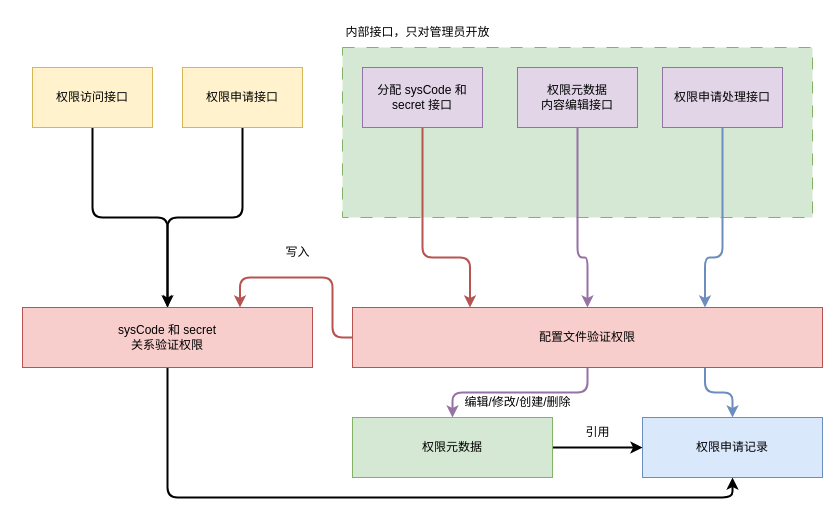
The draw.io diagram page "第 3 页" (3 of 4) of 未命名绘图.drawio in anriclee/diagramStorage, before the edit. Source tidied: cells renumbered, new cells numbered last; positions are measured from the earlier drawing's top-left corner, leaving out a move shared by most shapes. Both pictures are drawn from the tidied source at 100%, with x=0, y=0 at pixel (22, 17).
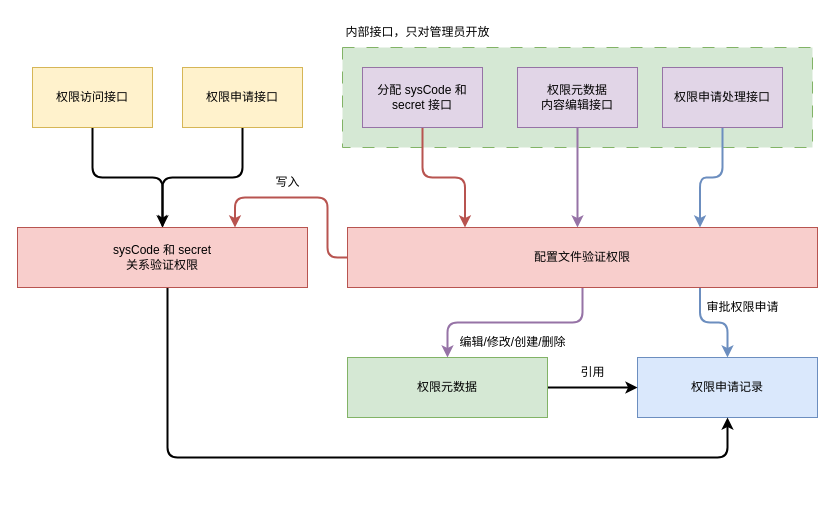
Above is the later version.

Commit message:
更新未命名绘图.drawio

Unchanged cells that the change refers to:
```xml
<mxCell id="6" value="分配 sysCode 和 secret 接口" style="rounded=0;whiteSpace=wrap;html=1;fillColor=#e1d5e7;strokeColor=#9673a6;" parent="1" vertex="1">
  <mxGeometry x="340" y="50" width="120" height="60" as="geometry" />
</mxCell>
<mxCell id="24" value="权限申请处理接口" style="rounded=0;whiteSpace=wrap;html=1;fillColor=#e1d5e7;strokeColor=#9673a6;" parent="1" vertex="1">
  <mxGeometry x="640" y="50" width="120" height="60" as="geometry" />
</mxCell>
```

The edit, as a diff of the source:
```diff
@@
     <mxCell id="2" style="rounded=0;whiteSpace=wrap;html=1;dashed=1;dashPattern=12 12;fillColor=#d5e8d4;strokeColor=#82b366;" parent="1" vertex="1">
-      <mxGeometry x="320" y="30" width="470" height="170" as="geometry" />
+      <mxGeometry x="320" y="30" width="470" height="100" as="geometry" />
     </mxCell>
@@
     <mxCell id="5" style="edgeStyle=orthogonalEdgeStyle;rounded=1;jettySize=auto;html=1;entryX=0.25;entryY=0;entryDx=0;entryDy=0;strokeWidth=2;fillColor=#f8cecc;strokeColor=#b85450;" parent="1" edge="1" source="6" target="17">
-      <mxGeometry relative="1" as="geometry">
-        <Array as="points">
-          <mxPoint x="400" y="240" />
-          <mxPoint x="448" y="240" />
-        </Array>
-      </mxGeometry>
+      <mxGeometry relative="1" as="geometry" />
     </mxCell>
@@
     <mxCell id="11" value="权限申请记录" style="rounded=0;whiteSpace=wrap;html=1;fillColor=#dae8fc;strokeColor=#6c8ebf;" parent="1" vertex="1">
-      <mxGeometry x="620" y="400" width="180" height="60" as="geometry" />
+      <mxGeometry x="615" y="340" width="180" height="60" as="geometry" />
     </mxCell>
@@
     <mxCell id="13" value="权限元数据" style="rounded=0;whiteSpace=wrap;html=1;fillColor=#d5e8d4;strokeColor=#82b366;" parent="1" vertex="1">
-      <mxGeometry x="330" y="400" width="200" height="60" as="geometry" />
+      <mxGeometry x="325" y="340" width="200" height="60" as="geometry" />
     </mxCell>
@@
     <mxCell id="15" style="edgeStyle=orthogonalEdgeStyle;rounded=1;jettySize=auto;html=1;entryX=0.75;entryY=0;entryDx=0;entryDy=0;strokeWidth=2;fillColor=#f8cecc;strokeColor=#b85450;" parent="1" edge="1" source="17" target="19">
       <mxGeometry relative="1" as="geometry">
         <Array as="points">
-          <mxPoint x="310" y="320" />
-          <mxPoint x="310" y="260" />
-          <mxPoint x="218" y="260" />
+          <mxPoint x="305" y="240" />
+          <mxPoint x="305" y="180" />
+          <mxPoint x="213" y="180" />
         </Array>
       </mxGeometry>
     </mxCell>
@@
     <mxCell id="17" value="配置文件验证权限" style="rounded=0;whiteSpace=wrap;html=1;fillColor=#f8cecc;strokeColor=#b85450;" parent="1" vertex="1">
-      <mxGeometry x="330" y="290" width="470" height="60" as="geometry" />
+      <mxGeometry x="325" y="210" width="470" height="60" as="geometry" />
     </mxCell>
     <mxCell id="18" style="edgeStyle=orthogonalEdgeStyle;rounded=1;jettySize=auto;html=1;strokeWidth=2;entryX=0.5;entryY=1;entryDx=0;entryDy=0;" parent="1" edge="1" source="19" target="11">
       <mxGeometry relative="1" as="geometry">
         <Array as="points">
-          <mxPoint x="145" y="480" />
-          <mxPoint x="710" y="480" />
+          <mxPoint x="145" y="440" />
+          <mxPoint x="705" y="440" />
         </Array>
       </mxGeometry>
     </mxCell>
     <mxCell id="19" value="sysCode 和 secret &lt;br&gt;关系验证权限" style="rounded=0;whiteSpace=wrap;html=1;fillColor=#f8cecc;strokeColor=#b85450;" parent="1" vertex="1">
-      <mxGeometry y="290" width="290" height="60" as="geometry" />
+      <mxGeometry x="-5" y="210" width="290" height="60" as="geometry" />
     </mxCell>
     <mxCell id="20" value="写入" style="text;html=1;align=center;verticalAlign=middle;strokeColor=none;fillColor=none;" parent="1" vertex="1">
-      <mxGeometry x="250" y="220" width="50" height="30" as="geometry" />
+      <mxGeometry x="240" y="150" width="50" height="30" as="geometry" />
     </mxCell>
     <mxCell id="21" value="编辑/修改/创建/删除" style="text;html=1;align=center;verticalAlign=middle;strokeColor=none;fillColor=none;" parent="1" vertex="1">
-      <mxGeometry x="430" y="370" width="130" height="30" as="geometry" />
+      <mxGeometry x="425" y="310" width="130" height="30" as="geometry" />
     </mxCell>
     <mxCell id="22" value="引用" style="text;html=1;align=center;verticalAlign=middle;strokeColor=none;fillColor=none;" parent="1" vertex="1">
-      <mxGeometry x="550" y="400" width="50" height="30" as="geometry" />
+      <mxGeometry x="545" y="340" width="50" height="30" as="geometry" />
     </mxCell>
     <mxCell id="23" style="edgeStyle=orthogonalEdgeStyle;rounded=1;jettySize=auto;html=1;entryX=0.75;entryY=0;entryDx=0;entryDy=0;strokeWidth=2;fillColor=#dae8fc;strokeColor=#6c8ebf;" parent="1" edge="1" source="24" target="17">
       <mxGeometry relative="1" as="geometry">
         <Array as="points">
-          <mxPoint x="700" y="240" />
-          <mxPoint x="683" y="240" />
+          <mxPoint x="700" y="160" />
+          <mxPoint x="678" y="160" />
         </Array>
       </mxGeometry>
     </mxCell>
@@
+    <mxCell id="26" value="审批权限申请" style="text;html=1;align=center;verticalAlign=middle;strokeColor=none;fillColor=none;" parent="1" vertex="1">
+      <mxGeometry x="670" y="275" width="100" height="30" as="geometry" />
+    </mxCell>
```
